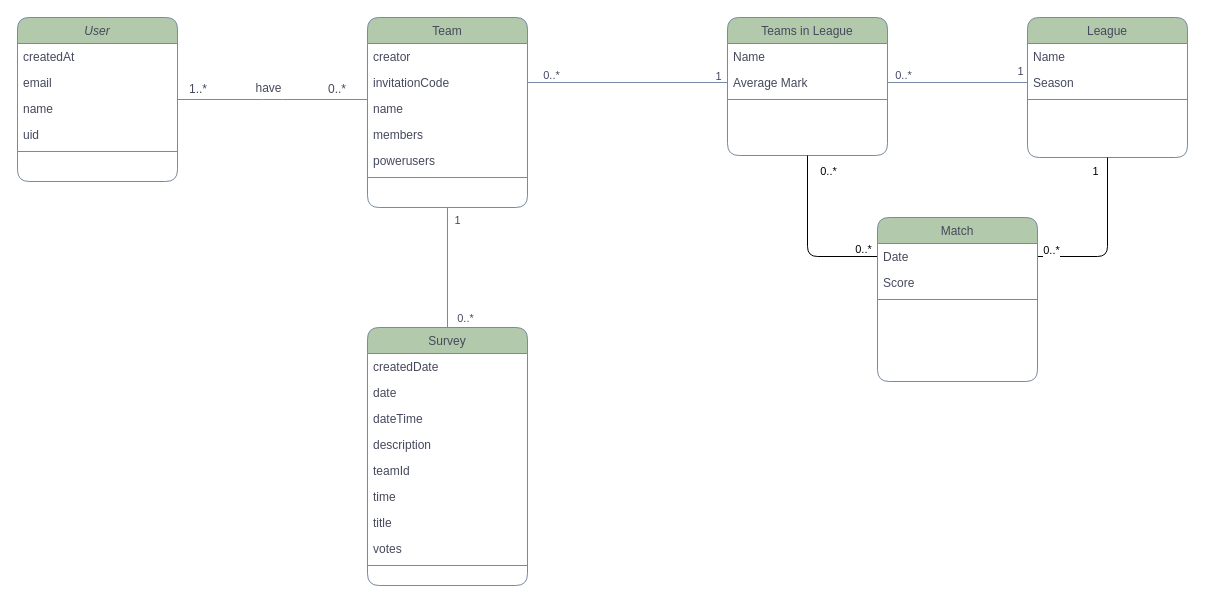
Above: club-survey.drawio in herianp/diplomova-prace (draw.io), before the change. Source tidied: cells renumbered, new cells numbered last; positions are measured from the earlier drawing's top-left corner, leaving out a move shared by most shapes. Both pictures are drawn from the tidied source at 100%, with x=0, y=0 at pixel (17, 17).
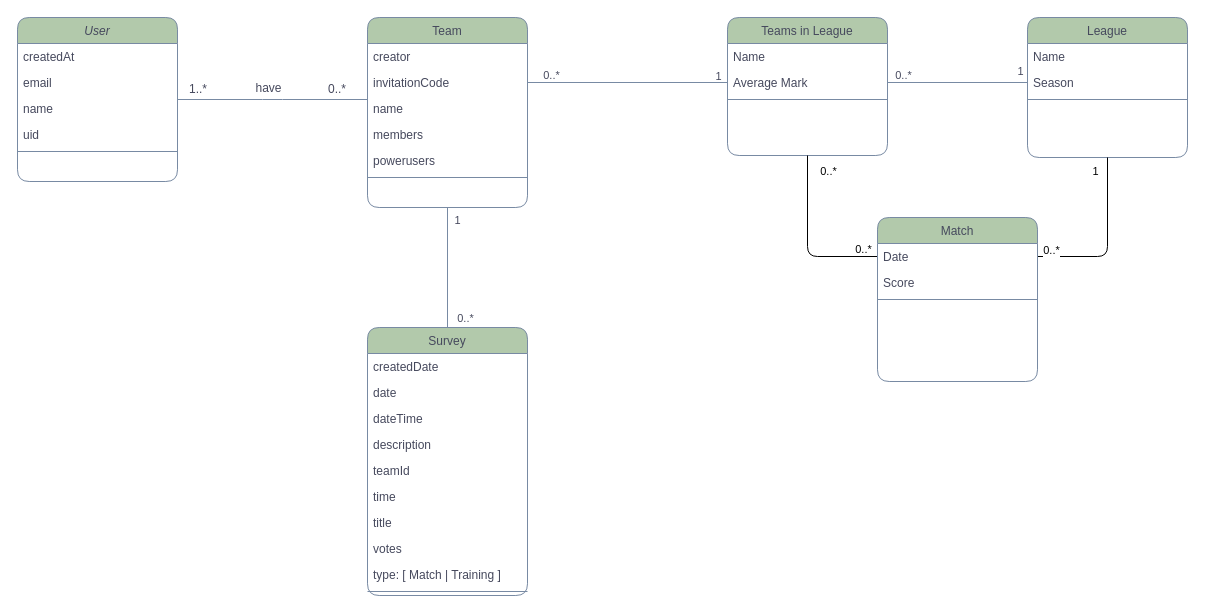
After the change.

The edit, as a diff of the source:
```diff
@@
     <mxCell id="12" value="Survey" style="swimlane;fontStyle=0;align=center;verticalAlign=top;horizontal=1;startSize=26;rounded=1;shadow=0;strokeWidth=1;labelBackgroundColor=none;fillColor=#B2C9AB;strokeColor=#788AA3;fontColor=#46495D;" parent="1" vertex="1">
-      <mxGeometry x="350" y="310" width="160" height="258" as="geometry" />
+      <mxGeometry x="350" y="310" width="160" height="268" as="geometry" />
     </mxCell>
@@
+    <mxCell id="56" value="type: [ Match | Training ]" style="text;align=left;verticalAlign=top;spacingLeft=4;spacingRight=4;overflow=hidden;labelBackgroundColor=none;fontColor=#46495D;rounded=1;" parent="12" vertex="1">
+      <mxGeometry y="234" width="160" height="26" as="geometry" />
+    </mxCell>
     <mxCell id="21" style="line;html=1;strokeWidth=1;align=left;verticalAlign=middle;spacingTop=-1;spacingLeft=3;spacingRight=3;labelPosition=right;labelBackgroundColor=none;fillColor=#B2C9AB;strokeColor=#788AA3;fontColor=#46495D;rounded=1;" parent="12" vertex="1">
-      <mxGeometry y="234" width="160" height="8" as="geometry" />
+      <mxGeometry y="260" width="160" height="8" as="geometry" />
     </mxCell>
```
